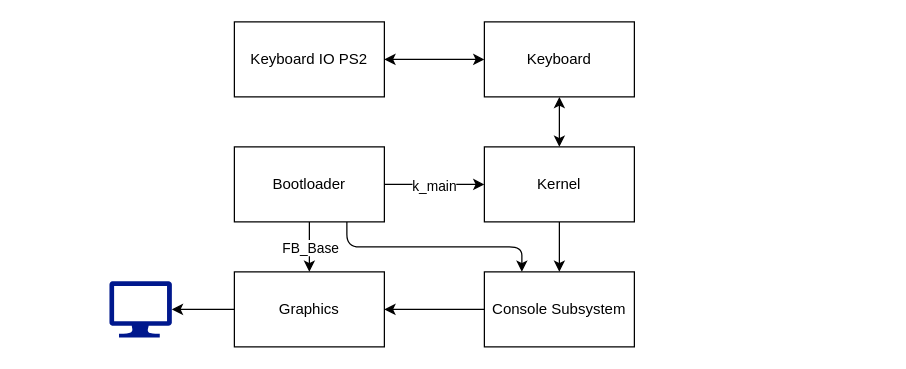
Earlier version of the draw.io diagram systems.dio (TheBigBlockPC/CustomOS_x86). Source tidied: cells renumbered, new cells numbered last; positions are measured from the earlier drawing's top-left corner, leaving out a move shared by most shapes. Both pictures are drawn from the tidied source at 125%, with x=0, y=0 at pixel (109, 21).
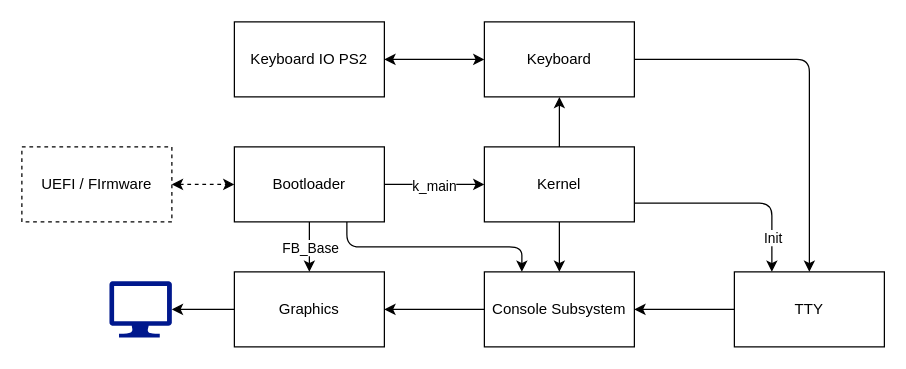
The same diagram, later.

The change refers to these unchanged cells:
```xml
<mxCell id="2" value="Bootloader" style="rounded=0;whiteSpace=wrap;html=1;" parent="1" vertex="1">
  <mxGeometry x="100" y="100" width="120" height="60" as="geometry" />
</mxCell>
<mxCell id="3" value="Keyboard" style="rounded=0;whiteSpace=wrap;html=1;" parent="1" vertex="1">
  <mxGeometry x="300" width="120" height="60" as="geometry" />
</mxCell>
<mxCell id="7" value="Console Subsystem" style="rounded=0;whiteSpace=wrap;html=1;" parent="1" vertex="1">
  <mxGeometry x="300" y="200" width="120" height="60" as="geometry" />
</mxCell>
<mxCell id="11" value="Kernel" style="rounded=0;whiteSpace=wrap;html=1;" parent="1" vertex="1">
  <mxGeometry x="300" y="100" width="120" height="60" as="geometry" />
</mxCell>
```

The edit, as a diff of the source:
```diff
@@
-    <mxCell id="16" style="endArrow=classic;startArrow=classic;html=1;exitX=0.5;exitY=0;exitDx=0;exitDy=0;entryX=0.5;entryY=1;entryDx=0;entryDy=0;" parent="1" edge="1" source="11" target="3">
-      <mxGeometry relative="1" as="geometry" />
-    </mxCell>
@@
+    <mxCell id="19" value="TTY" style="rounded=0;whiteSpace=wrap;html=1;" parent="1" vertex="1">
+      <mxGeometry x="500" y="200" width="120" height="60" as="geometry" />
+    </mxCell>
+    <mxCell id="20" style="endArrow=classic;html=1;exitX=0;exitY=0.5;exitDx=0;exitDy=0;entryX=1;entryY=0.5;entryDx=0;entryDy=0;" parent="1" edge="1" source="19" target="7">
+      <mxGeometry relative="1" as="geometry" />
+    </mxCell>
+    <mxCell id="16" style="endArrow=classic;html=1;exitX=0.5;exitY=0;exitDx=0;exitDy=0;entryX=0.5;entryY=1;entryDx=0;entryDy=0;" parent="1" edge="1" source="11" target="3">
+      <mxGeometry relative="1" as="geometry" />
+    </mxCell>
+    <mxCell id="21" style="endArrow=classic;html=1;exitX=1;exitY=0.5;exitDx=0;exitDy=0;entryX=0.5;entryY=0;entryDx=0;entryDy=0;" parent="1" edge="1" source="3" target="19">
+      <mxGeometry relative="1" as="geometry">
+        <Array as="points">
+          <mxPoint x="560" y="30" />
+        </Array>
+      </mxGeometry>
+    </mxCell>
+    <mxCell id="22" style="endArrow=classic;html=1;exitX=1;exitY=0.75;exitDx=0;exitDy=0;entryX=0.25;entryY=0;entryDx=0;entryDy=0;" parent="1" edge="1" source="11" target="19">
+      <mxGeometry relative="1" as="geometry">
+        <Array as="points">
+          <mxPoint x="530" y="145" />
+        </Array>
+      </mxGeometry>
+    </mxCell>
+    <mxCell id="23" value="Init" style="edgeLabel;html=1;align=center;verticalAlign=middle;" parent="22" vertex="1">
+      <mxGeometry x="0.66" relative="1" as="geometry" />
+    </mxCell>
+    <mxCell id="24" value="UEFI / FIrmware" style="rounded=0;whiteSpace=wrap;html=1;fillStyle=auto;dashed=1;" parent="1" vertex="1">
+      <mxGeometry x="-70" y="100" width="120" height="60" as="geometry" />
+    </mxCell>
+    <mxCell id="25" style="endArrow=classic;startArrow=classic;html=1;dashed=1;exitX=1;exitY=0.5;exitDx=0;exitDy=0;entryX=0;entryY=0.5;entryDx=0;entryDy=0;" parent="1" edge="1" source="24" target="2">
+      <mxGeometry relative="1" as="geometry" />
+    </mxCell>
```
